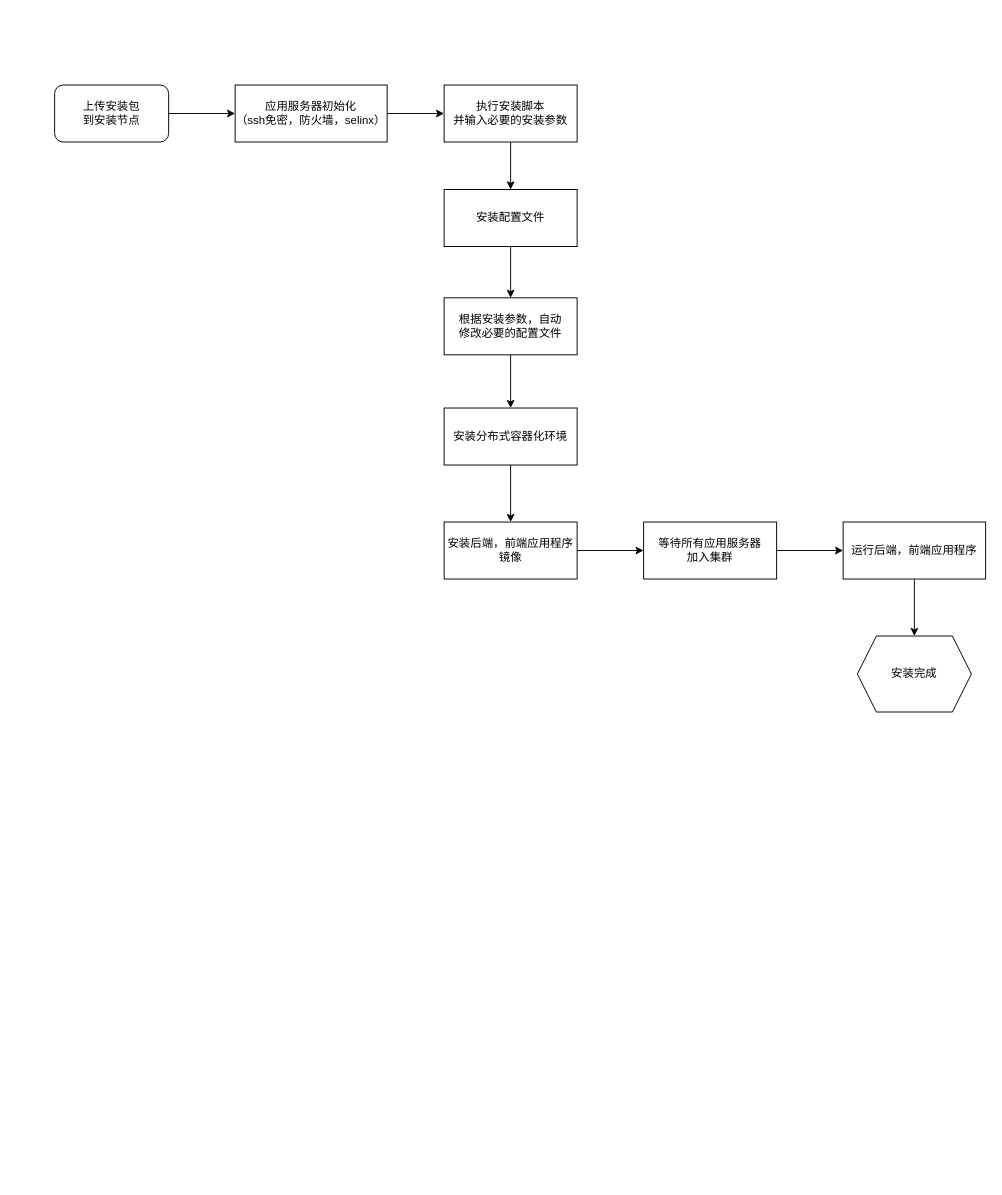
This is 思创贯宇-Linux运维工具.drawio from yihezhou/diagrams, a draw.io file, before an edit. Source tidied: cells renumbered, new cells numbered last; positions are measured from the earlier drawing's top-left corner, leaving out a move shared by most shapes. Both pictures are drawn from the tidied source at 95%, with x=0, y=0 at pixel (54, 85).
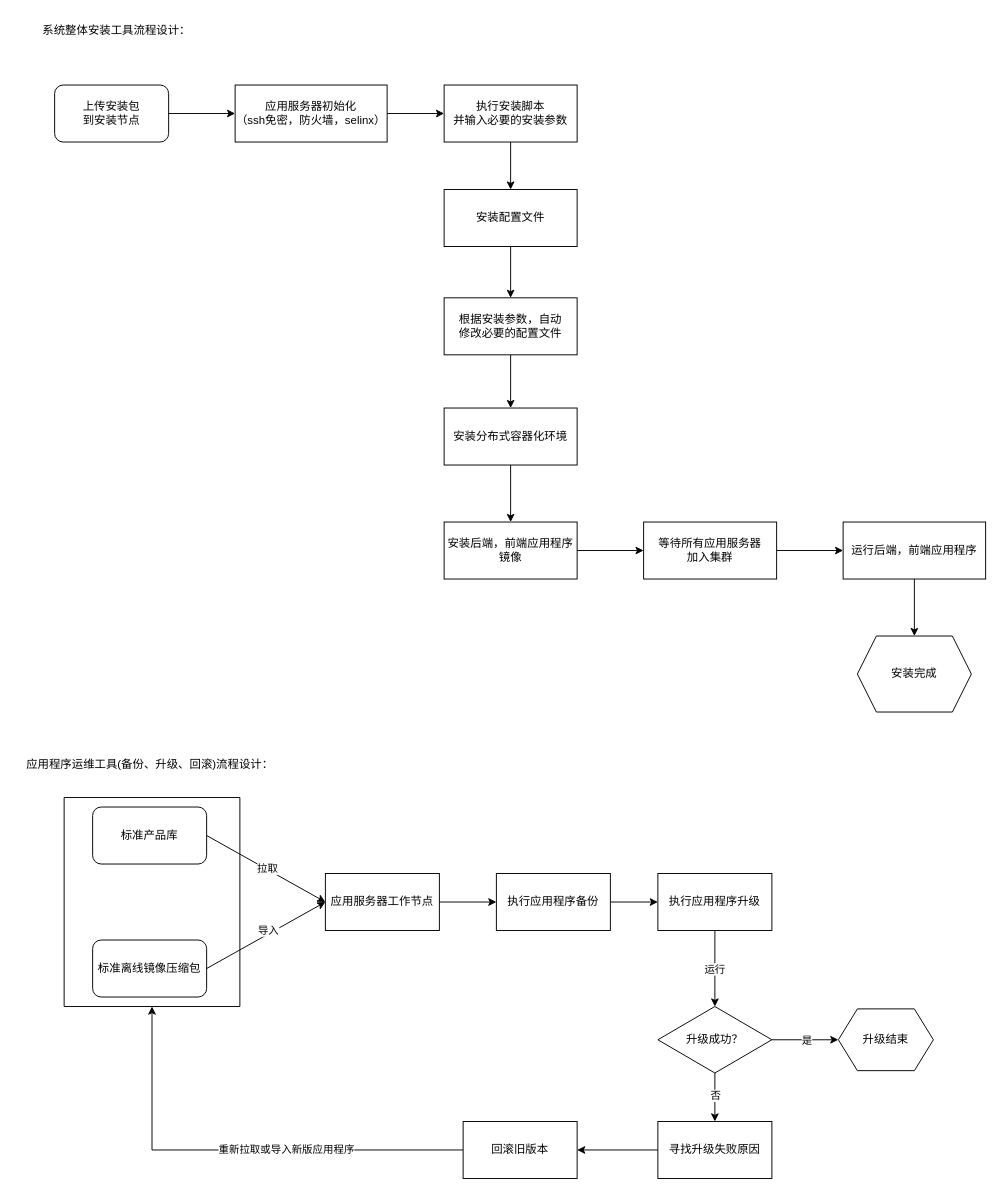
After the change.

Commit message (it also covers changes not shown here):
更新思创贯宇-Linux运维工具.drawio

Change to the diagram source:
```diff
@@
+    <mxCell id="21" value="系统整体安装工具流程设计：" style="text;html=1;align=center;verticalAlign=middle;strokeColor=none;fillColor=none;" parent="1" vertex="1">
+      <mxGeometry x="-25" y="-72" width="180" height="30" as="geometry" />
+    </mxCell>
+    <mxCell id="22" value="应用程序运维工具(备份、升级、回滚)流程设计：" style="text;html=1;align=center;verticalAlign=middle;strokeColor=none;fillColor=none;" parent="1" vertex="1">
+      <mxGeometry x="-40" y="700" width="280" height="30" as="geometry" />
+    </mxCell>
+    <mxCell id="23" value="标准产品库" style="rounded=1;whiteSpace=wrap;html=1;" parent="1" vertex="1">
+      <mxGeometry x="40" y="760" width="120" height="60" as="geometry" />
+    </mxCell>
+    <mxCell id="24" value="标准离线镜像压缩包" style="rounded=1;whiteSpace=wrap;html=1;" parent="1" vertex="1">
+      <mxGeometry x="40" y="900" width="120" height="60" as="geometry" />
+    </mxCell>
+    <mxCell id="25" value="应用服务器工作节点" style="rounded=0;whiteSpace=wrap;html=1;" parent="1" vertex="1">
+      <mxGeometry x="285" y="830" width="120" height="60" as="geometry" />
+    </mxCell>
+    <mxCell id="26" style="edgeStyle=orthogonalEdgeStyle;rounded=0;jettySize=auto;html=1;exitX=0.5;exitY=1;exitDx=0;exitDy=0;entryX=0.5;entryY=0;entryDx=0;entryDy=0;" parent="1" edge="1" source="28" target="35">
+      <mxGeometry relative="1" as="geometry" />
+    </mxCell>
+    <mxCell id="27" value="运行" style="edgeLabel;html=1;align=center;verticalAlign=middle;" parent="26" vertex="1">
+      <mxGeometry y="-1" relative="1" as="geometry" />
+    </mxCell>
+    <mxCell id="28" value="执行应用程序升级" style="rounded=0;whiteSpace=wrap;html=1;" parent="1" vertex="1">
+      <mxGeometry x="635" y="830" width="120" height="60" as="geometry" />
+    </mxCell>
+    <mxCell id="29" style="edgeStyle=orthogonalEdgeStyle;rounded=0;jettySize=auto;html=1;exitX=1;exitY=0.5;exitDx=0;exitDy=0;entryX=0;entryY=0.5;entryDx=0;entryDy=0;" parent="1" edge="1" source="30" target="28">
+      <mxGeometry relative="1" as="geometry" />
+    </mxCell>
+    <mxCell id="30" value="执行应用程序备份" style="rounded=0;whiteSpace=wrap;html=1;" parent="1" vertex="1">
+      <mxGeometry x="465" y="830" width="120" height="60" as="geometry" />
+    </mxCell>
+    <mxCell id="31" style="edgeStyle=orthogonalEdgeStyle;rounded=0;jettySize=auto;html=1;exitX=1;exitY=0.5;exitDx=0;exitDy=0;entryX=0;entryY=0.5;entryDx=0;entryDy=0;" parent="1" edge="1" source="35" target="36">
+      <mxGeometry relative="1" as="geometry" />
+    </mxCell>
+    <mxCell id="32" value="是" style="edgeLabel;html=1;align=center;verticalAlign=middle;" parent="31" vertex="1">
+      <mxGeometry x="0.03" relative="1" as="geometry" />
+    </mxCell>
+    <mxCell id="33" style="edgeStyle=orthogonalEdgeStyle;rounded=0;jettySize=auto;html=1;exitX=0.5;exitY=1;exitDx=0;exitDy=0;entryX=0.5;entryY=0;entryDx=0;entryDy=0;" parent="1" edge="1" source="35" target="40">
+      <mxGeometry relative="1" as="geometry" />
+    </mxCell>
+    <mxCell id="34" value="否" style="edgeLabel;html=1;align=center;verticalAlign=middle;" parent="33" vertex="1">
+      <mxGeometry x="-0.1" relative="1" as="geometry" />
+    </mxCell>
+    <mxCell id="35" value="升级成功？" style="rhombus;whiteSpace=wrap;html=1;" parent="1" vertex="1">
+      <mxGeometry x="635" y="970" width="120" height="70" as="geometry" />
+    </mxCell>
+    <mxCell id="36" value="升级结束" style="shape=hexagon;perimeter=hexagonPerimeter2;whiteSpace=wrap;html=1;fixedSize=1;" parent="1" vertex="1">
+      <mxGeometry x="825" y="972.5" width="100" height="65" as="geometry" />
+    </mxCell>
+    <mxCell id="37" style="edgeStyle=orthogonalEdgeStyle;rounded=0;jettySize=auto;html=1;entryX=0.5;entryY=1;entryDx=0;entryDy=0;exitX=0;exitY=0.5;exitDx=0;exitDy=0;" parent="1" edge="1" source="47" target="41">
+      <mxGeometry relative="1" as="geometry" />
+    </mxCell>
+    <mxCell id="38" value="重新拉取或导入新版应用程序" style="edgeLabel;html=1;align=center;verticalAlign=middle;" parent="37" vertex="1">
+      <mxGeometry x="-0.22" y="-1" relative="1" as="geometry" />
+    </mxCell>
+    <mxCell id="39" style="edgeStyle=orthogonalEdgeStyle;rounded=0;jettySize=auto;html=1;exitX=0;exitY=0.5;exitDx=0;exitDy=0;entryX=1;entryY=0.5;entryDx=0;entryDy=0;" parent="1" edge="1" source="40" target="47">
+      <mxGeometry relative="1" as="geometry" />
+    </mxCell>
+    <mxCell id="40" value="&lt;div&gt;寻找升级失败原因&lt;/div&gt;" style="rounded=0;whiteSpace=wrap;html=1;" parent="1" vertex="1">
+      <mxGeometry x="635" y="1091" width="120" height="60" as="geometry" />
+    </mxCell>
+    <mxCell id="41" style="swimlane;startSize=0;" parent="1" vertex="1">
+      <mxGeometry x="10" y="750" width="185" height="220" as="geometry" />
+    </mxCell>
+    <mxCell id="42" style="endArrow=classic;html=1;rounded=0;exitX=1;exitY=0.5;exitDx=0;exitDy=0;entryX=0;entryY=0.5;entryDx=0;entryDy=0;" parent="1" edge="1" source="23" target="25">
+      <mxGeometry relative="1" as="geometry" />
+    </mxCell>
+    <mxCell id="43" value="拉取" style="edgeLabel;html=1;align=center;verticalAlign=middle;" parent="42" vertex="1">
+      <mxGeometry y="1" relative="1" as="geometry" />
+    </mxCell>
+    <mxCell id="44" style="endArrow=classic;html=1;rounded=0;exitX=1;exitY=0.5;exitDx=0;exitDy=0;" parent="1" edge="1" source="24">
+      <mxGeometry relative="1" as="geometry">
+        <mxPoint x="285" y="860" as="targetPoint" />
+      </mxGeometry>
+    </mxCell>
+    <mxCell id="45" value="导入" style="edgeLabel;html=1;align=center;verticalAlign=middle;" parent="44" vertex="1">
+      <mxGeometry x="-0.02" y="1" relative="1" as="geometry">
+        <mxPoint x="4" y="-5" as="offset" />
+      </mxGeometry>
+    </mxCell>
+    <mxCell id="46" style="endArrow=classic;html=1;rounded=0;exitX=1;exitY=0.5;exitDx=0;exitDy=0;entryX=0;entryY=0.5;entryDx=0;entryDy=0;" parent="1" edge="1" source="25" target="30">
+      <mxGeometry relative="1" as="geometry" />
+    </mxCell>
+    <mxCell id="47" value="回滚旧版本" style="rounded=0;whiteSpace=wrap;html=1;" parent="1" vertex="1">
+      <mxGeometry x="430" y="1091" width="120" height="60" as="geometry" />
+    </mxCell>
```
